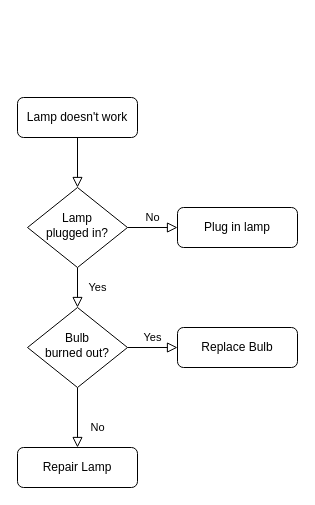
mrF1end/ScriptingPython keeps this draw.io diagram as Untitled Diagram.drawio. Above is the earlier version. Source tidied: cells renumbered, new cells numbered last; positions are measured from the earlier drawing's top-left corner, leaving out a move shared by most shapes. Both pictures are drawn from the tidied source at 100%, with x=0, y=0 at pixel (17, 97).
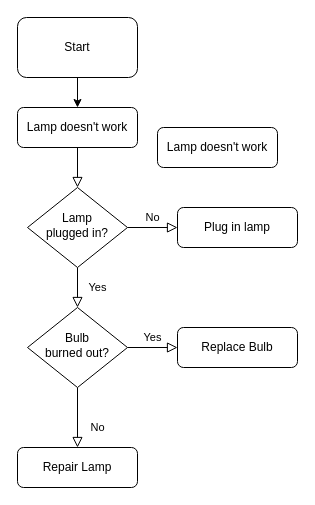
The same page after the edit.

What changed in the source:
```diff
@@
 <mxGraphModel>
   <root>
     <mxCell id="0" />
     <mxCell id="1" parent="0" />
     <mxCell id="2" style="rounded=0;html=1;jettySize=auto;fontSize=11;endArrow=block;endFill=0;endSize=8;strokeWidth=1;shadow=0;labelBackgroundColor=none;edgeStyle=orthogonalEdgeStyle;" parent="1" edge="1" source="3" target="6">
       <mxGeometry relative="1" as="geometry" />
     </mxCell>
     <mxCell id="3" value="Lamp doesn't work" style="rounded=1;whiteSpace=wrap;html=1;fontSize=12;glass=0;strokeWidth=1;shadow=0;" parent="1" vertex="1">
-      <mxGeometry width="120" height="40" as="geometry" />
+      <mxGeometry y="10" width="120" height="40" as="geometry" />
     </mxCell>
     <mxCell id="4" value="Yes" style="rounded=0;html=1;jettySize=auto;fontSize=11;endArrow=block;endFill=0;endSize=8;strokeWidth=1;shadow=0;labelBackgroundColor=none;edgeStyle=orthogonalEdgeStyle;" parent="1" edge="1" source="6" target="10">
       <mxGeometry y="20" relative="1" as="geometry" />
     </mxCell>
     <mxCell id="5" value="No" style="edgeStyle=orthogonalEdgeStyle;rounded=0;html=1;jettySize=auto;fontSize=11;endArrow=block;endFill=0;endSize=8;strokeWidth=1;shadow=0;labelBackgroundColor=none;" parent="1" edge="1" source="6" target="7">
       <mxGeometry y="10" relative="1" as="geometry" />
     </mxCell>
     <mxCell id="6" value="Lamp&lt;br&gt;plugged in?" style="rhombus;whiteSpace=wrap;html=1;shadow=0;fontFamily=Helvetica;fontSize=12;align=center;strokeWidth=1;spacing=6;spacingTop=-4;" parent="1" vertex="1">
       <mxGeometry x="10" y="90" width="100" height="80" as="geometry" />
     </mxCell>
     <mxCell id="7" value="Plug in lamp" style="rounded=1;whiteSpace=wrap;html=1;fontSize=12;glass=0;strokeWidth=1;shadow=0;" parent="1" vertex="1">
       <mxGeometry x="160" y="110" width="120" height="40" as="geometry" />
     </mxCell>
     <mxCell id="8" value="No" style="rounded=0;html=1;jettySize=auto;fontSize=11;endArrow=block;endFill=0;endSize=8;strokeWidth=1;shadow=0;labelBackgroundColor=none;edgeStyle=orthogonalEdgeStyle;" parent="1" edge="1" source="10" target="11">
       <mxGeometry x="0.33" y="20" relative="1" as="geometry" />
     </mxCell>
     <mxCell id="9" value="Yes" style="edgeStyle=orthogonalEdgeStyle;rounded=0;html=1;jettySize=auto;fontSize=11;endArrow=block;endFill=0;endSize=8;strokeWidth=1;shadow=0;labelBackgroundColor=none;" parent="1" edge="1" source="10" target="12">
       <mxGeometry y="10" relative="1" as="geometry" />
     </mxCell>
     <mxCell id="10" value="Bulb&lt;br&gt;burned out?" style="rhombus;whiteSpace=wrap;html=1;shadow=0;fontFamily=Helvetica;fontSize=12;align=center;strokeWidth=1;spacing=6;spacingTop=-4;" parent="1" vertex="1">
       <mxGeometry x="10" y="210" width="100" height="80" as="geometry" />
     </mxCell>
     <mxCell id="11" value="Repair Lamp" style="rounded=1;whiteSpace=wrap;html=1;fontSize=12;glass=0;strokeWidth=1;shadow=0;" parent="1" vertex="1">
       <mxGeometry y="350" width="120" height="40" as="geometry" />
     </mxCell>
     <mxCell id="12" value="Replace Bulb" style="rounded=1;whiteSpace=wrap;html=1;fontSize=12;glass=0;strokeWidth=1;shadow=0;" parent="1" vertex="1">
       <mxGeometry x="160" y="230" width="120" height="40" as="geometry" />
     </mxCell>
+    <mxCell id="13" style="edgeStyle=orthogonalEdgeStyle;rounded=0;jettySize=auto;html=1;" parent="1" edge="1" source="14" target="3">
+      <mxGeometry relative="1" as="geometry" />
+    </mxCell>
+    <mxCell id="14" value="Start" style="rounded=1;whiteSpace=wrap;html=1;" parent="1" vertex="1">
+      <mxGeometry y="-80" width="120" height="60" as="geometry" />
+    </mxCell>
+    <mxCell id="15" value="Lamp doesn't work" style="rounded=1;whiteSpace=wrap;html=1;fontSize=12;glass=0;strokeWidth=1;shadow=0;" parent="1" vertex="1">
+      <mxGeometry x="140" y="30" width="120" height="40" as="geometry" />
+    </mxCell>
   </root>
 </mxGraphModel>
```
